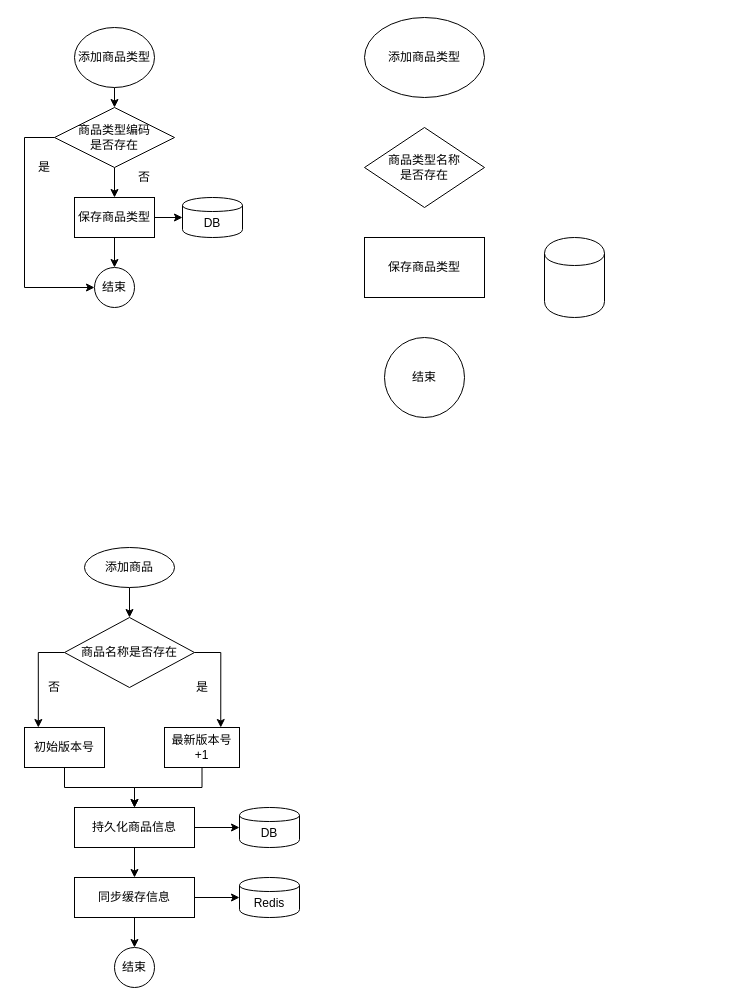
This is 商品订单流程设计.drawio from chenrushui/draw, a draw.io file, before an edit. Source tidied: cells renumbered, new cells numbered last; positions are measured from the earlier drawing's top-left corner, leaving out a move shared by most shapes. Both pictures are drawn from the tidied source at 100%, with x=0, y=0 at pixel (24, 17).
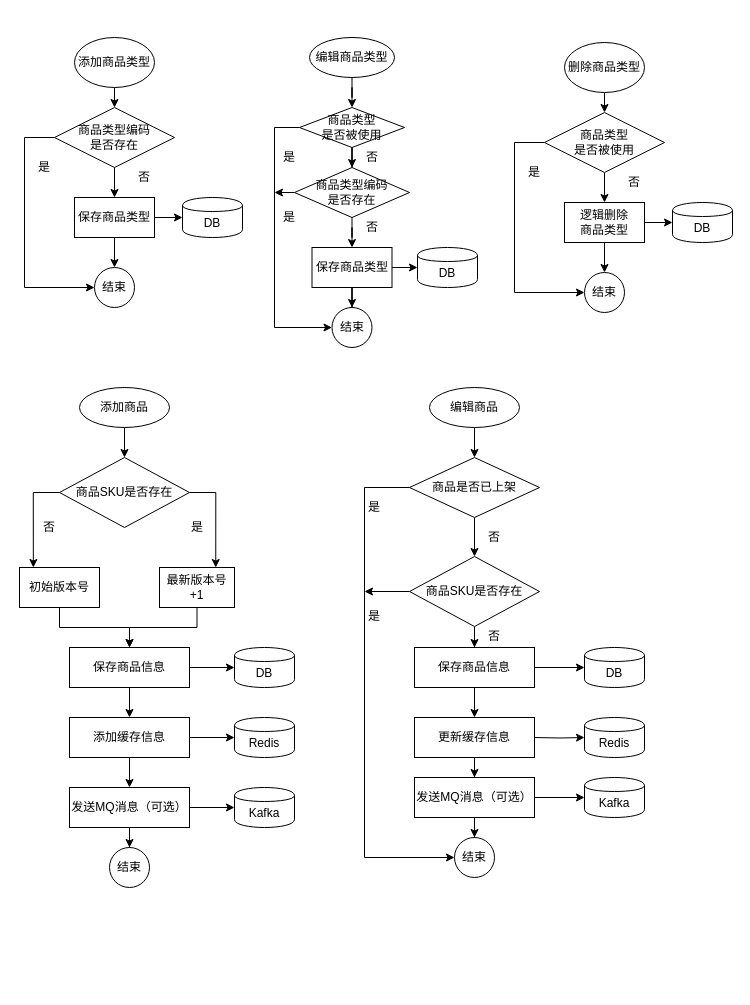
After the change.

Commit message:
商品订单流程设计.drawio

Change to the diagram source:
```diff
@@
     <mxCell id="3" value="初始版本号" style="rounded=0;whiteSpace=wrap;html=1;" parent="1" vertex="1">
-      <mxGeometry y="710" width="80" height="40" as="geometry" />
+      <mxGeometry x="-5" y="550" width="80" height="40" as="geometry" />
     </mxCell>
     <mxCell id="4" style="edgeStyle=orthogonalEdgeStyle;rounded=0;jettySize=auto;html=1;exitX=0.5;exitY=1;exitDx=0;exitDy=0;entryX=0.5;entryY=0;entryDx=0;entryDy=0;" parent="1" edge="1" target="8">
       <mxGeometry relative="1" as="geometry">
-        <mxPoint x="105" y="570" as="sourcePoint" />
+        <mxPoint x="100" y="410" as="sourcePoint" />
       </mxGeometry>
     </mxCell>
     <mxCell id="5" value="添加商品" style="ellipse;whiteSpace=wrap;html=1;" parent="1" vertex="1">
-      <mxGeometry x="60" y="530" width="90" height="40" as="geometry" />
+      <mxGeometry x="55" y="370" width="90" height="40" as="geometry" />
     </mxCell>
@@
-    <mxCell id="8" value="商品名称是否存在" style="rhombus;whiteSpace=wrap;html=1;" parent="1" vertex="1">
-      <mxGeometry x="40" y="600" width="130" height="70" as="geometry" />
+    <mxCell id="8" value="商品SKU是否存在" style="rhombus;whiteSpace=wrap;html=1;" parent="1" vertex="1">
+      <mxGeometry x="35" y="440" width="130" height="70" as="geometry" />
     </mxCell>
@@
     <mxCell id="10" value="最新版本号+1" style="rounded=0;whiteSpace=wrap;html=1;" parent="1" vertex="1">
-      <mxGeometry x="140" y="710" width="75" height="40" as="geometry" />
+      <mxGeometry x="135" y="550" width="75" height="40" as="geometry" />
     </mxCell>
@@
-    <mxCell id="13" value="持久化商品信息" style="rounded=0;whiteSpace=wrap;html=1;" parent="1" vertex="1">
-      <mxGeometry x="50" y="790" width="120" height="40" as="geometry" />
+    <mxCell id="13" value="保存商品信息" style="rounded=0;whiteSpace=wrap;html=1;" parent="1" vertex="1">
+      <mxGeometry x="45" y="630" width="120" height="40" as="geometry" />
     </mxCell>
@@
-    <mxCell id="15" style="edgeStyle=orthogonalEdgeStyle;rounded=0;jettySize=auto;html=1;entryX=0.5;entryY=0;entryDx=0;entryDy=0;" parent="1" edge="1" source="16" target="17">
-      <mxGeometry relative="1" as="geometry" />
-    </mxCell>
+    <mxCell id="41" style="edgeStyle=orthogonalEdgeStyle;rounded=0;jettySize=auto;html=1;entryX=0.5;entryY=0;entryDx=0;entryDy=0;" parent="1" edge="1" source="16" target="96">
+      <mxGeometry relative="1" as="geometry" />
+    </mxCell>
-    <mxCell id="16" value="同步缓存信息" style="rounded=0;whiteSpace=wrap;html=1;" parent="1" vertex="1">
-      <mxGeometry x="50" y="860" width="120" height="40" as="geometry" />
+    <mxCell id="16" value="添加缓存信息" style="rounded=0;whiteSpace=wrap;html=1;" parent="1" vertex="1">
+      <mxGeometry x="45" y="700" width="120" height="40" as="geometry" />
     </mxCell>
     <mxCell id="17" value="结束" style="ellipse;whiteSpace=wrap;html=1;" parent="1" vertex="1">
-      <mxGeometry x="90" y="930" width="40" height="40" as="geometry" />
+      <mxGeometry x="85" y="830" width="40" height="40" as="geometry" />
     </mxCell>
     <mxCell id="18" value="DB" style="shape=cylinder;whiteSpace=wrap;html=1;boundedLbl=1;backgroundOutline=1;" parent="1" vertex="1">
-      <mxGeometry x="215" y="790" width="60" height="40" as="geometry" />
+      <mxGeometry x="210" y="630" width="60" height="40" as="geometry" />
     </mxCell>
     <mxCell id="19" value="Redis" style="shape=cylinder;whiteSpace=wrap;html=1;boundedLbl=1;backgroundOutline=1;" parent="1" vertex="1">
-      <mxGeometry x="215" y="860" width="60" height="40" as="geometry" />
+      <mxGeometry x="210" y="700" width="60" height="40" as="geometry" />
     </mxCell>
@@
     <mxCell id="21" value="添加商品类型" style="ellipse;whiteSpace=wrap;html=1;" parent="1" vertex="1">
-      <mxGeometry x="50" y="10" width="80" height="60" as="geometry" />
+      <mxGeometry x="50" y="20" width="80" height="50" as="geometry" />
     </mxCell>
@@
     <mxCell id="24" value="否" style="text;html=1;strokeColor=none;fillColor=none;align=center;verticalAlign=middle;whiteSpace=wrap;rounded=0;" parent="1" vertex="1">
-      <mxGeometry x="10" y="660" width="40" height="20" as="geometry" />
+      <mxGeometry x="5" y="500" width="40" height="20" as="geometry" />
     </mxCell>
     <mxCell id="25" value="是" style="text;html=1;strokeColor=none;fillColor=none;align=center;verticalAlign=middle;whiteSpace=wrap;rounded=0;" parent="1" vertex="1">
-      <mxGeometry x="158" y="660" width="40" height="20" as="geometry" />
+      <mxGeometry x="153" y="500" width="40" height="20" as="geometry" />
     </mxCell>
@@
+    <mxCell id="42" style="edgeStyle=orthogonalEdgeStyle;rounded=0;jettySize=auto;html=1;entryX=0.5;entryY=0;entryDx=0;entryDy=0;" parent="1" edge="1" source="31" target="32">
+      <mxGeometry relative="1" as="geometry" />
+    </mxCell>
-    <mxCell id="31" value="添加商品类型" style="ellipse;whiteSpace=wrap;html=1;" parent="1" vertex="1">
-      <mxGeometry x="340" width="120" height="80" as="geometry" />
+    <mxCell id="31" value="编辑商品类型" style="ellipse;whiteSpace=wrap;html=1;" parent="1" vertex="1">
+      <mxGeometry x="285" y="20" width="85" height="40" as="geometry" />
     </mxCell>
+    <mxCell id="43" style="edgeStyle=orthogonalEdgeStyle;rounded=0;jettySize=auto;html=1;" parent="1" edge="1" source="32" target="45">
+      <mxGeometry relative="1" as="geometry" />
+    </mxCell>
-    <mxCell id="32" value="商品类型名称&lt;br&gt;是否存在" style="rhombus;whiteSpace=wrap;html=1;" parent="1" vertex="1">
-      <mxGeometry x="340" y="110" width="120" height="80" as="geometry" />
+    <mxCell id="32" value="商品类型&lt;br&gt;是否被使用" style="rhombus;whiteSpace=wrap;html=1;" parent="1" vertex="1">
+      <mxGeometry x="275" y="90" width="105" height="40" as="geometry" />
     </mxCell>
-    <mxCell id="33" value="保存商品类型" style="rounded=0;whiteSpace=wrap;html=1;" parent="1" vertex="1">
-      <mxGeometry x="340" y="220" width="120" height="60" as="geometry" />
-    </mxCell>
-    <mxCell id="34" style="shape=cylinder;whiteSpace=wrap;html=1;boundedLbl=1;backgroundOutline=1;" parent="1" vertex="1">
-      <mxGeometry x="520" y="220" width="60" height="80" as="geometry" />
-    </mxCell>
-    <mxCell id="35" value="结束" style="ellipse;whiteSpace=wrap;html=1;" parent="1" vertex="1">
-      <mxGeometry x="360" y="320" width="80" height="80" as="geometry" />
-    </mxCell>
@@
+    <mxCell id="44" style="edgeStyle=orthogonalEdgeStyle;rounded=0;jettySize=auto;html=1;entryX=0.5;entryY=0;entryDx=0;entryDy=0;" parent="1" edge="1" source="45" target="33">
+      <mxGeometry relative="1" as="geometry" />
+    </mxCell>
+    <mxCell id="45" value="商品类型编码&lt;br&gt;是否存在" style="rhombus;whiteSpace=wrap;html=1;" parent="1" vertex="1">
+      <mxGeometry x="270" y="150" width="115" height="50" as="geometry" />
+    </mxCell>
+    <mxCell id="46" style="edgeStyle=orthogonalEdgeStyle;rounded=0;jettySize=auto;html=1;entryX=0;entryY=0.5;entryDx=0;entryDy=0;" parent="1" edge="1" source="33" target="48">
+      <mxGeometry relative="1" as="geometry" />
+    </mxCell>
+    <mxCell id="47" style="edgeStyle=orthogonalEdgeStyle;rounded=0;jettySize=auto;html=1;entryX=0.5;entryY=0;entryDx=0;entryDy=0;" parent="1" edge="1" source="33" target="49">
+      <mxGeometry relative="1" as="geometry" />
+    </mxCell>
+    <mxCell id="33" value="保存商品类型" style="rounded=0;whiteSpace=wrap;html=1;" parent="1" vertex="1">
+      <mxGeometry x="287.5" y="230" width="80" height="40" as="geometry" />
+    </mxCell>
+    <mxCell id="48" value="DB" style="shape=cylinder;whiteSpace=wrap;html=1;boundedLbl=1;backgroundOutline=1;" parent="1" vertex="1">
+      <mxGeometry x="393" y="230" width="60" height="40" as="geometry" />
+    </mxCell>
+    <mxCell id="49" value="结束" style="ellipse;whiteSpace=wrap;html=1;" parent="1" vertex="1">
+      <mxGeometry x="307.5" y="290" width="40" height="40" as="geometry" />
+    </mxCell>
+    <mxCell id="50" style="endArrow=none;html=1;entryX=0;entryY=0.5;entryDx=0;entryDy=0;" parent="1" edge="1" target="32">
+      <mxGeometry relative="1" as="geometry">
+        <mxPoint x="250" y="110" as="sourcePoint" />
+      </mxGeometry>
+    </mxCell>
+    <mxCell id="51" style="endArrow=none;html=1;" parent="1" edge="1">
+      <mxGeometry relative="1" as="geometry">
+        <mxPoint x="250" y="310" as="sourcePoint" />
+        <mxPoint x="250" y="110" as="targetPoint" />
+      </mxGeometry>
+    </mxCell>
+    <mxCell id="52" style="endArrow=classic;html=1;entryX=0;entryY=0.5;entryDx=0;entryDy=0;" parent="1" edge="1" target="49">
+      <mxGeometry relative="1" as="geometry">
+        <mxPoint x="250" y="310" as="sourcePoint" />
+      </mxGeometry>
+    </mxCell>
+    <mxCell id="53" value="是" style="text;html=1;strokeColor=none;fillColor=none;align=center;verticalAlign=middle;whiteSpace=wrap;rounded=0;" parent="1" vertex="1">
+      <mxGeometry x="245" y="130" width="40" height="20" as="geometry" />
+    </mxCell>
+    <mxCell id="54" style="endArrow=classic;html=1;exitX=0;exitY=0.5;exitDx=0;exitDy=0;" parent="1" edge="1" source="45">
+      <mxGeometry relative="1" as="geometry">
+        <mxPoint x="250" y="175" as="targetPoint" />
+      </mxGeometry>
+    </mxCell>
+    <mxCell id="55" value="是" style="text;html=1;strokeColor=none;fillColor=none;align=center;verticalAlign=middle;whiteSpace=wrap;rounded=0;" parent="1" vertex="1">
+      <mxGeometry x="245" y="190" width="40" height="20" as="geometry" />
+    </mxCell>
+    <mxCell id="56" value="否" style="text;html=1;strokeColor=none;fillColor=none;align=center;verticalAlign=middle;whiteSpace=wrap;rounded=0;" parent="1" vertex="1">
+      <mxGeometry x="327.5" y="130" width="40" height="20" as="geometry" />
+    </mxCell>
+    <mxCell id="57" value="否" style="text;html=1;strokeColor=none;fillColor=none;align=center;verticalAlign=middle;whiteSpace=wrap;rounded=0;" parent="1" vertex="1">
+      <mxGeometry x="327.5" y="200" width="40" height="20" as="geometry" />
+    </mxCell>
+    <mxCell id="58" style="edgeStyle=orthogonalEdgeStyle;rounded=0;jettySize=auto;html=1;exitX=0.5;exitY=1;exitDx=0;exitDy=0;entryX=0.5;entryY=0;entryDx=0;entryDy=0;" parent="1" edge="1" source="59" target="61">
+      <mxGeometry relative="1" as="geometry" />
+    </mxCell>
+    <mxCell id="59" value="删除商品类型" style="ellipse;whiteSpace=wrap;html=1;" parent="1" vertex="1">
+      <mxGeometry x="540" y="25" width="80" height="50" as="geometry" />
+    </mxCell>
+    <mxCell id="60" style="edgeStyle=orthogonalEdgeStyle;rounded=0;jettySize=auto;html=1;entryX=0.5;entryY=0;entryDx=0;entryDy=0;" parent="1" edge="1" source="61" target="64">
+      <mxGeometry relative="1" as="geometry" />
+    </mxCell>
+    <mxCell id="61" value="商品类型&lt;br&gt;是否被使用" style="rhombus;whiteSpace=wrap;html=1;" parent="1" vertex="1">
+      <mxGeometry x="520" y="95" width="120" height="60" as="geometry" />
+    </mxCell>
+    <mxCell id="62" style="edgeStyle=orthogonalEdgeStyle;rounded=0;jettySize=auto;html=1;entryX=0.5;entryY=0;entryDx=0;entryDy=0;" parent="1" edge="1" source="64" target="66">
+      <mxGeometry relative="1" as="geometry" />
+    </mxCell>
+    <mxCell id="63" style="edgeStyle=orthogonalEdgeStyle;rounded=0;jettySize=auto;html=1;entryX=0;entryY=0.5;entryDx=0;entryDy=0;" parent="1" edge="1" source="64" target="65">
+      <mxGeometry relative="1" as="geometry" />
+    </mxCell>
+    <mxCell id="64" value="逻辑删除&lt;br&gt;商品类型" style="rounded=0;whiteSpace=wrap;html=1;" parent="1" vertex="1">
+      <mxGeometry x="540" y="185" width="80" height="40" as="geometry" />
+    </mxCell>
+    <mxCell id="65" value="DB" style="shape=cylinder;whiteSpace=wrap;html=1;boundedLbl=1;backgroundOutline=1;" parent="1" vertex="1">
+      <mxGeometry x="648" y="185" width="60" height="40" as="geometry" />
+    </mxCell>
+    <mxCell id="66" value="结束" style="ellipse;whiteSpace=wrap;html=1;" parent="1" vertex="1">
+      <mxGeometry x="560" y="255" width="40" height="40" as="geometry" />
+    </mxCell>
+    <mxCell id="67" style="endArrow=none;html=1;" parent="1" edge="1">
+      <mxGeometry relative="1" as="geometry">
+        <mxPoint x="490" y="125" as="sourcePoint" />
+        <mxPoint x="520" y="125" as="targetPoint" />
+      </mxGeometry>
+    </mxCell>
+    <mxCell id="68" style="endArrow=none;html=1;" parent="1" edge="1">
+      <mxGeometry relative="1" as="geometry">
+        <mxPoint x="490" y="275" as="sourcePoint" />
+        <mxPoint x="490" y="125" as="targetPoint" />
+      </mxGeometry>
+    </mxCell>
+    <mxCell id="69" style="endArrow=classic;html=1;entryX=0;entryY=0.5;entryDx=0;entryDy=0;" parent="1" edge="1" target="66">
+      <mxGeometry relative="1" as="geometry">
+        <mxPoint x="490" y="275" as="sourcePoint" />
+      </mxGeometry>
+    </mxCell>
+    <mxCell id="70" value="是" style="text;html=1;strokeColor=none;fillColor=none;align=center;verticalAlign=middle;whiteSpace=wrap;rounded=0;" parent="1" vertex="1">
+      <mxGeometry x="490" y="145" width="40" height="20" as="geometry" />
+    </mxCell>
+    <mxCell id="71" value="否" style="text;html=1;strokeColor=none;fillColor=none;align=center;verticalAlign=middle;whiteSpace=wrap;rounded=0;" parent="1" vertex="1">
+      <mxGeometry x="590" y="155" width="40" height="20" as="geometry" />
+    </mxCell>
+    <mxCell id="72" style="edgeStyle=orthogonalEdgeStyle;rounded=0;jettySize=auto;html=1;exitX=0.5;exitY=1;exitDx=0;exitDy=0;entryX=0.5;entryY=0;entryDx=0;entryDy=0;" parent="1" edge="1" target="75">
+      <mxGeometry relative="1" as="geometry">
+        <mxPoint x="450" y="410" as="sourcePoint" />
+      </mxGeometry>
+    </mxCell>
+    <mxCell id="73" value="编辑商品" style="ellipse;whiteSpace=wrap;html=1;" parent="1" vertex="1">
+      <mxGeometry x="405" y="370" width="90" height="40" as="geometry" />
+    </mxCell>
+    <mxCell id="74" style="edgeStyle=orthogonalEdgeStyle;rounded=0;jettySize=auto;html=1;exitX=0.5;exitY=1;exitDx=0;exitDy=0;entryX=0.5;entryY=0;entryDx=0;entryDy=0;" parent="1" edge="1" source="75" target="83">
+      <mxGeometry relative="1" as="geometry" />
+    </mxCell>
+    <mxCell id="75" value="商品是否已上架" style="rhombus;whiteSpace=wrap;html=1;" parent="1" vertex="1">
+      <mxGeometry x="385" y="440" width="130" height="60" as="geometry" />
+    </mxCell>
+    <mxCell id="76" style="edgeStyle=orthogonalEdgeStyle;rounded=0;jettySize=auto;html=1;entryX=0;entryY=0.5;entryDx=0;entryDy=0;" parent="1" edge="1" target="79">
+      <mxGeometry relative="1" as="geometry">
+        <mxPoint x="510" y="720" as="sourcePoint" />
+      </mxGeometry>
+    </mxCell>
+    <mxCell id="77" value="结束" style="ellipse;whiteSpace=wrap;html=1;" parent="1" vertex="1">
+      <mxGeometry x="430" y="820" width="40" height="40" as="geometry" />
+    </mxCell>
+    <mxCell id="78" value="DB" style="shape=cylinder;whiteSpace=wrap;html=1;boundedLbl=1;backgroundOutline=1;" parent="1" vertex="1">
+      <mxGeometry x="560" y="630" width="60" height="40" as="geometry" />
+    </mxCell>
+    <mxCell id="79" value="Redis" style="shape=cylinder;whiteSpace=wrap;html=1;boundedLbl=1;backgroundOutline=1;" parent="1" vertex="1">
+      <mxGeometry x="560" y="700" width="60" height="40" as="geometry" />
+    </mxCell>
+    <mxCell id="80" value="否" style="text;html=1;strokeColor=none;fillColor=none;align=center;verticalAlign=middle;whiteSpace=wrap;rounded=0;" parent="1" vertex="1">
+      <mxGeometry x="450" y="510" width="40" height="20" as="geometry" />
+    </mxCell>
+    <mxCell id="81" value="是" style="text;html=1;strokeColor=none;fillColor=none;align=center;verticalAlign=middle;whiteSpace=wrap;rounded=0;" parent="1" vertex="1">
+      <mxGeometry x="330" y="480" width="40" height="20" as="geometry" />
+    </mxCell>
+    <mxCell id="82" style="edgeStyle=orthogonalEdgeStyle;rounded=0;jettySize=auto;html=1;entryX=0.5;entryY=0;entryDx=0;entryDy=0;" parent="1" edge="1" source="83" target="86">
+      <mxGeometry relative="1" as="geometry" />
+    </mxCell>
+    <mxCell id="83" value="商品SKU是否存在" style="rhombus;whiteSpace=wrap;html=1;" parent="1" vertex="1">
+      <mxGeometry x="385" y="539" width="130" height="70" as="geometry" />
+    </mxCell>
+    <mxCell id="84" style="edgeStyle=orthogonalEdgeStyle;rounded=0;jettySize=auto;html=1;entryX=0.5;entryY=0;entryDx=0;entryDy=0;" parent="1" edge="1" source="86" target="88">
+      <mxGeometry relative="1" as="geometry" />
+    </mxCell>
+    <mxCell id="85" style="edgeStyle=orthogonalEdgeStyle;rounded=0;jettySize=auto;html=1;entryX=0;entryY=0.5;entryDx=0;entryDy=0;" parent="1" edge="1" source="86" target="78">
+      <mxGeometry relative="1" as="geometry" />
+    </mxCell>
+    <mxCell id="86" value="保存商品信息" style="rounded=0;whiteSpace=wrap;html=1;" parent="1" vertex="1">
+      <mxGeometry x="390" y="630" width="120" height="40" as="geometry" />
+    </mxCell>
+    <mxCell id="87" style="edgeStyle=orthogonalEdgeStyle;rounded=0;jettySize=auto;html=1;entryX=0.5;entryY=0;entryDx=0;entryDy=0;" parent="1" edge="1" source="88" target="100">
+      <mxGeometry relative="1" as="geometry" />
+    </mxCell>
+    <mxCell id="88" value="更新缓存信息" style="rounded=0;whiteSpace=wrap;html=1;" parent="1" vertex="1">
+      <mxGeometry x="390" y="700" width="120" height="40" as="geometry" />
+    </mxCell>
+    <mxCell id="89" style="endArrow=none;html=1;" parent="1" edge="1">
+      <mxGeometry relative="1" as="geometry">
+        <mxPoint x="340" y="840" as="sourcePoint" />
+        <mxPoint x="340" y="470" as="targetPoint" />
+      </mxGeometry>
+    </mxCell>
+    <mxCell id="90" style="endArrow=none;html=1;entryX=0;entryY=0.5;entryDx=0;entryDy=0;" parent="1" edge="1" target="75">
+      <mxGeometry relative="1" as="geometry">
+        <mxPoint x="340" y="470" as="sourcePoint" />
+      </mxGeometry>
+    </mxCell>
+    <mxCell id="91" style="endArrow=classic;html=1;exitX=0;exitY=0.5;exitDx=0;exitDy=0;" parent="1" edge="1" source="83">
+      <mxGeometry relative="1" as="geometry">
+        <mxPoint x="340" y="574" as="targetPoint" />
+      </mxGeometry>
+    </mxCell>
+    <mxCell id="92" value="是" style="text;html=1;strokeColor=none;fillColor=none;align=center;verticalAlign=middle;whiteSpace=wrap;rounded=0;" parent="1" vertex="1">
+      <mxGeometry x="330" y="589" width="40" height="20" as="geometry" />
+    </mxCell>
+    <mxCell id="93" value="否" style="text;html=1;strokeColor=none;fillColor=none;align=center;verticalAlign=middle;whiteSpace=wrap;rounded=0;" parent="1" vertex="1">
+      <mxGeometry x="450" y="609" width="40" height="20" as="geometry" />
+    </mxCell>
+    <mxCell id="94" style="edgeStyle=orthogonalEdgeStyle;rounded=0;jettySize=auto;html=1;exitX=1;exitY=0.5;exitDx=0;exitDy=0;entryX=0;entryY=0.5;entryDx=0;entryDy=0;" parent="1" edge="1" source="96" target="97">
+      <mxGeometry relative="1" as="geometry" />
+    </mxCell>
+    <mxCell id="95" style="edgeStyle=orthogonalEdgeStyle;rounded=0;jettySize=auto;html=1;entryX=0.5;entryY=0;entryDx=0;entryDy=0;" parent="1" edge="1" source="96" target="17">
+      <mxGeometry relative="1" as="geometry" />
+    </mxCell>
+    <mxCell id="96" value="发送MQ消息（可选）" style="rounded=0;whiteSpace=wrap;html=1;" parent="1" vertex="1">
+      <mxGeometry x="45" y="770" width="120" height="40" as="geometry" />
+    </mxCell>
+    <mxCell id="97" value="Kafka" style="shape=cylinder;whiteSpace=wrap;html=1;boundedLbl=1;backgroundOutline=1;" parent="1" vertex="1">
+      <mxGeometry x="210" y="770" width="60" height="40" as="geometry" />
+    </mxCell>
+    <mxCell id="98" style="edgeStyle=orthogonalEdgeStyle;rounded=0;jettySize=auto;html=1;entryX=0;entryY=0.5;entryDx=0;entryDy=0;" parent="1" edge="1" source="100" target="101">
+      <mxGeometry relative="1" as="geometry" />
+    </mxCell>
+    <mxCell id="99" style="edgeStyle=orthogonalEdgeStyle;rounded=0;jettySize=auto;html=1;entryX=0.5;entryY=0;entryDx=0;entryDy=0;" parent="1" edge="1" source="100" target="77">
+      <mxGeometry relative="1" as="geometry" />
+    </mxCell>
+    <mxCell id="100" value="发送MQ消息（可选）" style="rounded=0;whiteSpace=wrap;html=1;" parent="1" vertex="1">
+      <mxGeometry x="390" y="760" width="120" height="40" as="geometry" />
+    </mxCell>
+    <mxCell id="101" value="Kafka" style="shape=cylinder;whiteSpace=wrap;html=1;boundedLbl=1;backgroundOutline=1;" parent="1" vertex="1">
+      <mxGeometry x="560" y="760" width="60" height="40" as="geometry" />
+    </mxCell>
+    <mxCell id="102" style="endArrow=classic;html=1;entryX=0;entryY=0.5;entryDx=0;entryDy=0;" parent="1" edge="1" target="77">
+      <mxGeometry relative="1" as="geometry">
+        <mxPoint x="340" y="840" as="sourcePoint" />
+      </mxGeometry>
+    </mxCell>
```
